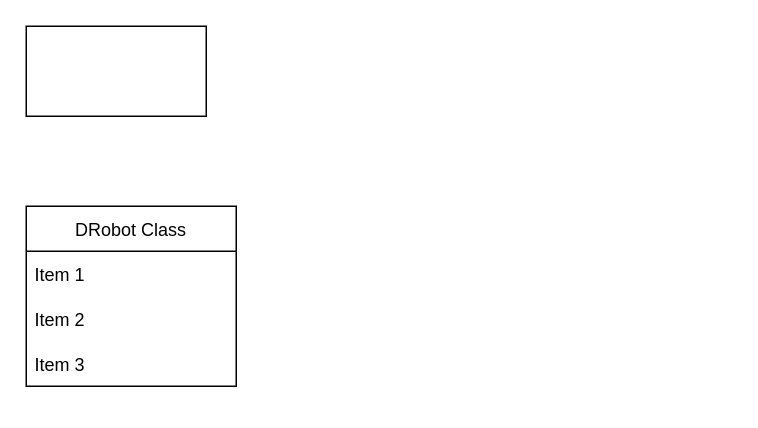
Above: DROBOT-code/Structur.Drawio in ElTschonni/DROBOT-alpha (draw.io), before the change. Source tidied: cells renumbered, new cells numbered last; positions are measured from the earlier drawing's top-left corner, leaving out a move shared by most shapes. Both pictures are drawn from the tidied source at 150%, with x=0, y=0 at pixel (26, 26).
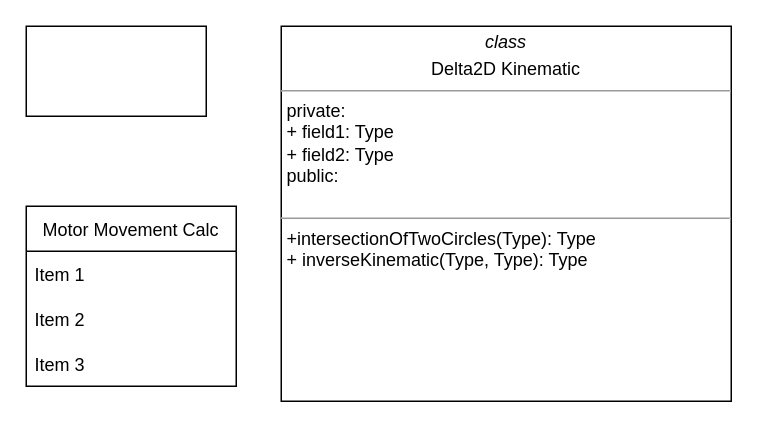
The same page after the edit.

Commit message (it also covers changes not shown here):
Kinematic Implementation

What changed in the source:
```diff
@@
 <mxGraphModel>
   <root>
     <mxCell id="0" />
     <mxCell id="1" parent="0" />
     <mxCell id="2" style="rounded=0;whiteSpace=wrap;html=1;" parent="1" vertex="1">
       <mxGeometry width="120" height="60" as="geometry" />
     </mxCell>
-    <mxCell id="3" value="DRobot Class" style="swimlane;fontStyle=0;horizontal=1;startSize=30;" parent="1" vertex="1">
+    <mxCell id="3" value="Motor Movement Calc" style="swimlane;fontStyle=0;horizontal=1;startSize=30;" parent="1" vertex="1">
       <mxGeometry y="120" width="140" height="120" as="geometry" />
     </mxCell>
     <mxCell id="4" value="Item 1" style="text;strokeColor=none;fillColor=none;align=left;verticalAlign=middle;spacingLeft=4;spacingRight=4;overflow=hidden;" parent="3" vertex="1">
       <mxGeometry y="30" width="140" height="30" as="geometry" />
     </mxCell>
     <mxCell id="5" value="Item 2" style="text;strokeColor=none;fillColor=none;align=left;verticalAlign=middle;spacingLeft=4;spacingRight=4;overflow=hidden;" parent="3" vertex="1">
       <mxGeometry y="60" width="140" height="30" as="geometry" />
     </mxCell>
     <mxCell id="6" value="Item 3" style="text;strokeColor=none;fillColor=none;align=left;verticalAlign=middle;spacingLeft=4;spacingRight=4;overflow=hidden;" parent="3" vertex="1">
       <mxGeometry y="90" width="140" height="30" as="geometry" />
     </mxCell>
+    <mxCell id="7" value="&lt;p style=&quot;margin: 0px ; margin-top: 4px ; text-align: center&quot;&gt;&lt;i&gt;class&lt;/i&gt;&lt;/p&gt;&lt;p style=&quot;margin: 0px ; margin-top: 4px ; text-align: center&quot;&gt;Delta2D Kinematic&lt;br&gt;&lt;/p&gt;&lt;hr size=&quot;1&quot;&gt;&lt;p style=&quot;margin: 0px ; margin-left: 4px&quot;&gt;private:&lt;/p&gt;&lt;p style=&quot;margin: 0px ; margin-left: 4px&quot;&gt;+&amp;nbsp;&lt;span&gt;field1: Type&lt;/span&gt;&lt;/p&gt;&lt;p style=&quot;margin: 0px ; margin-left: 4px&quot;&gt;+ field2: Type&lt;/p&gt;&lt;p style=&quot;margin: 0px ; margin-left: 4px&quot;&gt;public:&lt;/p&gt;&lt;p style=&quot;margin: 0px ; margin-left: 4px&quot;&gt;&lt;br&gt;&lt;/p&gt;&lt;hr size=&quot;1&quot;&gt;&lt;p style=&quot;margin: 0px ; margin-left: 4px&quot;&gt;+intersectionOfTwoCircles(Type): Type&lt;br&gt;+ inverseKinematic(Type, Type): Type&lt;/p&gt;" style="verticalAlign=top;align=left;overflow=fill;fontSize=12;fontFamily=Helvetica;html=1;" parent="1" vertex="1">
+      <mxGeometry x="170" width="300" height="250" as="geometry" />
+    </mxCell>
   </root>
 </mxGraphModel>
```
